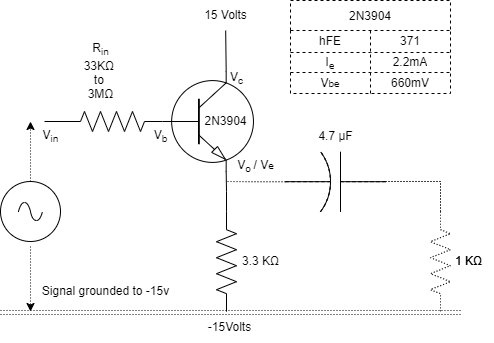
Before: Lab04-EmitterFollower/EmitterFollower.drawio.png, a diagram exported from draw.io (k3jdr/MyLabsData). Source tidied: cells renumbered, new cells last; positions are measured from the earlier drawing's top-left corner, leaving out a move shared by most shapes.
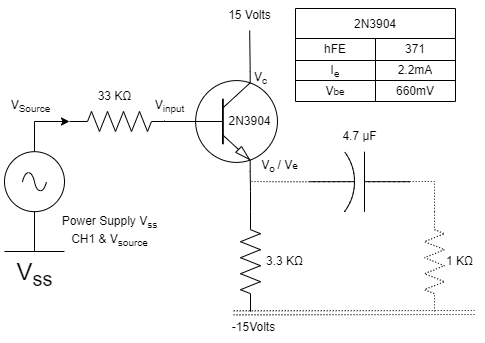
The same file after the commit.

Change to the diagram source:
```diff
@@ -6,7 +6,7 @@
       <mxGeometry x="160" y="71" width="95" height="100" as="geometry" />
     </mxCell>
     <mxCell id="3" style="verticalLabelPosition=bottom;shadow=0;dashed=0;align=center;html=1;verticalAlign=top;shape=mxgraph.electrical.resistors.resistor_2;" parent="1" vertex="1">
-      <mxGeometry x="62" y="111" width="100" height="20" as="geometry" />
+      <mxGeometry x="45" y="111" width="100" height="20" as="geometry" />
     </mxCell>
     <mxCell id="4" style="edgeStyle=orthogonalEdgeStyle;rounded=0;jettySize=auto;html=1;endArrow=none;endFill=0;entryX=0.7;entryY=1;entryDx=0;entryDy=0;entryPerimeter=0;" parent="1" edge="1" source="5" target="2">
       <mxGeometry relative="1" as="geometry" />
@@ -14,12 +14,6 @@
     <mxCell id="5" style="verticalLabelPosition=bottom;shadow=0;dashed=0;align=center;html=1;verticalAlign=top;shape=mxgraph.electrical.resistors.resistor_2;direction=south;" parent="1" vertex="1">
       <mxGeometry x="216" y="211.2" width="20" height="100" as="geometry" />
     </mxCell>
-    <mxCell id="6" style="edgeStyle=orthogonalEdgeStyle;rounded=0;orthogonalLoop=1;jettySize=auto;html=1;endArrow=none;endFill=0;" parent="1" edge="1">
-      <mxGeometry relative="1" as="geometry">
-        <mxPoint x="44" y="121" as="sourcePoint" />
-        <mxPoint x="64" y="121" as="targetPoint" />
-      </mxGeometry>
-    </mxCell>
     <mxCell id="7" value="3.3 KΩ" style="text;html=1;align=center;verticalAlign=middle;strokeColor=none;fillColor=none;" parent="1" vertex="1">
       <mxGeometry x="230" y="246.2" width="60" height="30" as="geometry" />
     </mxCell>
@@ -29,9 +23,15 @@
     <mxCell id="9" value="15 Volts" style="text;html=1;align=center;verticalAlign=middle;points=[];strokeColor=none;fillColor=none;" parent="1" vertex="1">
       <mxGeometry x="190" width="70" height="30" as="geometry" />
     </mxCell>
-    <mxCell id="10" value="R&lt;sub&gt;in&lt;/sub&gt;&lt;br&gt;33KΩ&amp;nbsp;&lt;br&gt;to&amp;nbsp;&lt;br&gt;3MΩ" style="text;html=1;align=center;verticalAlign=middle;strokeColor=none;fillColor=none;" parent="1" vertex="1">
-      <mxGeometry x="70" y="36" width="60" height="70" as="geometry" />
+    <mxCell id="10" value="33 KΩ" style="text;html=1;align=center;verticalAlign=middle;strokeColor=none;fillColor=none;" parent="1" vertex="1">
+      <mxGeometry x="60" y="81" width="60" height="30" as="geometry" />
     </mxCell>
+    <mxCell id="41" style="edgeStyle=orthogonalEdgeStyle;rounded=0;orthogonalLoop=1;jettySize=auto;html=1;endArrow=none;endFill=0;" parent="1" edge="1">
+      <mxGeometry relative="1" as="geometry">
+        <mxPoint x="168" y="121" as="sourcePoint" />
+        <mxPoint x="140" y="120" as="targetPoint" />
+      </mxGeometry>
+    </mxCell>
     <mxCell id="11" value="2N3904" style="text;html=1;align=center;verticalAlign=middle;strokeColor=none;fillColor=none;" parent="1" vertex="1">
       <mxGeometry x="190" y="106" width="70" height="30" as="geometry" />
     </mxCell>
@@ -46,59 +46,39 @@
     <mxCell id="14" value="4.7 µF" style="text;html=1;align=center;verticalAlign=middle;strokeColor=none;fillColor=none;dashed=1;dashPattern=1 2;" parent="1" vertex="1">
       <mxGeometry x="305" y="121.2" width="60" height="30" as="geometry" />
     </mxCell>
-    <mxCell id="15" style="edgeStyle=orthogonalEdgeStyle;rounded=0;jettySize=auto;html=1;endArrow=none;endFill=0;dashed=1;dashPattern=1 2;" parent="1" edge="1" target="13">
-      <mxGeometry relative="1" as="geometry">
-        <mxPoint x="440" y="211" as="sourcePoint" />
-        <Array as="points">
-          <mxPoint x="440" y="181" />
-        </Array>
-      </mxGeometry>
-    </mxCell>
     <mxCell id="16" style="verticalLabelPosition=bottom;shadow=0;dashed=1;align=center;html=1;verticalAlign=top;shape=mxgraph.electrical.resistors.resistor_2;direction=south;dashPattern=1 2;" parent="1" vertex="1">
-      <mxGeometry x="430" y="211.2" width="20" height="100" as="geometry" />
+      <mxGeometry x="400" y="211.2" width="20" height="100" as="geometry" />
     </mxCell>
-    <mxCell id="17" value="1 KΩ" style="text;html=1;align=center;verticalAlign=middle;strokeColor=none;fillColor=none;" parent="1" vertex="1">
-      <mxGeometry x="443" y="246.2" width="50" height="30" as="geometry" />
-    </mxCell>
     <mxCell id="18" style="endArrow=none;html=1;rounded=0;exitX=0.7;exitY=0;exitDx=0;exitDy=0;exitPerimeter=0;" parent="1" edge="1" source="2" target="9">
       <mxGeometry relative="1" as="geometry" />
     </mxCell>
-    <mxCell id="19" style="verticalLabelPosition=bottom;shadow=0;dashed=1;align=center;html=1;verticalAlign=top;shape=mxgraph.electrical.capacitors.capacitor_2;direction=west;strokeWidth=1;" parent="1" vertex="1">
+    <mxCell id="19" style="verticalLabelPosition=bottom;shadow=0;dashed=1;align=center;html=1;verticalAlign=top;shape=mxgraph.electrical.capacitors.capacitor_2;direction=west;strokeWidth=1;dashPattern=1 4;" parent="1" vertex="1">
       <mxGeometry x="285" y="151.2" width="100" height="60" as="geometry" />
     </mxCell>
     <mxCell id="20" value="1 KΩ" style="text;html=1;align=center;verticalAlign=middle;strokeColor=none;fillColor=none;dashed=1;dashPattern=1 2;" parent="1" vertex="1">
-      <mxGeometry x="443" y="246.2" width="50" height="30" as="geometry" />
+      <mxGeometry x="410" y="246.2" width="50" height="30" as="geometry" />
     </mxCell>
-    <mxCell id="21" style="edgeStyle=orthogonalEdgeStyle;rounded=0;jettySize=auto;html=1;endArrow=none;endFill=0;dashed=1;dashPattern=1 2;" parent="1" edge="1" target="19">
+    <mxCell id="21" style="edgeStyle=orthogonalEdgeStyle;rounded=0;jettySize=auto;html=1;endArrow=none;endFill=0;dashed=1;dashPattern=1 2;exitX=0;exitY=0.5;exitDx=0;exitDy=0;exitPerimeter=0;" parent="1" edge="1" source="16" target="19">
       <mxGeometry relative="1" as="geometry">
-        <mxPoint x="440" y="211" as="sourcePoint" />
         <Array as="points">
-          <mxPoint x="440" y="181" />
+          <mxPoint x="410" y="181" />
         </Array>
       </mxGeometry>
     </mxCell>
+    <mxCell id="42" style="edgeStyle=orthogonalEdgeStyle;rounded=0;jettySize=auto;html=1;entryX=0;entryY=0.5;entryDx=0;entryDy=0;entryPerimeter=0;exitX=0.5;exitY=0;exitDx=0;exitDy=0;exitPerimeter=0;" parent="1" edge="1" source="22" target="3">
+      <mxGeometry relative="1" as="geometry" />
+    </mxCell>
     <mxCell id="22" style="verticalLabelPosition=bottom;shadow=0;dashed=0;align=center;html=1;verticalAlign=top;shape=mxgraph.electrical.signal_sources.source;points=[[0.5,0,0],[1,0.5,0],[0.5,1,0],[0,0.5,0]];elSignalType=ac;strokeWidth=1;" parent="1" vertex="1">
-      <mxGeometry y="181" width="60" height="60" as="geometry" />
+      <mxGeometry x="-20" y="151.2" width="60" height="60" as="geometry" />
     </mxCell>
-    <mxCell id="23" style="endArrow=classic;html=1;rounded=0;dashed=1;dashPattern=1 2;exitX=0.5;exitY=0;exitDx=0;exitDy=0;exitPerimeter=0;" parent="1" edge="1" source="22">
-      <mxGeometry relative="1" as="geometry">
-        <mxPoint x="30" y="121" as="targetPoint" />
-      </mxGeometry>
-    </mxCell>
-    <mxCell id="24" style="endArrow=classic;html=1;rounded=0;dashed=1;dashPattern=1 2;" parent="1" edge="1">
-      <mxGeometry relative="1" as="geometry">
-        <mxPoint x="30" y="246" as="sourcePoint" />
-        <mxPoint x="30" y="311" as="targetPoint" />
-      </mxGeometry>
-    </mxCell>
-    <mxCell id="25" style="shape=link;html=1;rounded=0;dashed=1;dashPattern=1 2;endArrow=none;endFill=0;" parent="1" edge="1">
+    <mxCell id="25" style="shape=link;html=1;rounded=0;dashed=1;dashPattern=1 2;endArrow=none;endFill=0;exitX=0.36;exitY=0.01;exitDx=0;exitDy=0;exitPerimeter=0;" parent="1" edge="1">
       <mxGeometry relative="1" as="geometry">
-        <mxPoint y="312" as="sourcePoint" />
-        <mxPoint x="460" y="312" as="targetPoint" />
+        <mxPoint x="209.2" y="312.3" as="sourcePoint" />
+        <mxPoint x="450" y="312" as="targetPoint" />
       </mxGeometry>
     </mxCell>
-    <mxCell id="26" value="2N3904" style="shape=table;startSize=30;dashed=1;strokeWidth=1;" parent="1" vertex="1">
-      <mxGeometry x="290" width="160" height="93" as="geometry" />
+    <mxCell id="26" value="2N3904" style="shape=table;startSize=30;strokeWidth=1;" parent="1" vertex="1">
+      <mxGeometry x="271" y="8" width="160" height="93" as="geometry" />
     </mxCell>
     <mxCell id="27" style="shape=tableRow;horizontal=0;startSize=0;swimlaneHead=0;swimlaneBody=0;strokeColor=inherit;top=0;left=0;bottom=0;right=0;fillColor=none;dashed=1;strokeWidth=1;" parent="26" vertex="1">
       <mxGeometry y="30" width="160" height="22" as="geometry" />
@@ -133,14 +113,17 @@
     <mxCell id="37" value="V&lt;sub&gt;c&lt;/sub&gt;" style="text;html=1;align=center;verticalAlign=middle;strokeColor=none;fillColor=none;" parent="1" vertex="1">
       <mxGeometry x="216" y="63" width="40" height="30" as="geometry" />
     </mxCell>
-    <mxCell id="38" value="V&lt;sub&gt;b&lt;/sub&gt;" style="text;html=1;align=center;verticalAlign=middle;strokeColor=none;fillColor=none;" parent="1" vertex="1">
-      <mxGeometry x="140" y="121.2" width="40" height="30" as="geometry" />
+    <mxCell id="38" value="V&lt;sub&gt;input&lt;/sub&gt;" style="text;html=1;align=center;verticalAlign=middle;strokeColor=none;fillColor=none;" parent="1" vertex="1">
+      <mxGeometry x="120" y="91.2" width="50" height="30" as="geometry" />
     </mxCell>
-    <mxCell id="39" value="V&lt;sub&gt;in&lt;/sub&gt;" style="text;html=1;align=center;verticalAlign=middle;strokeColor=none;fillColor=none;" parent="1" vertex="1">
-      <mxGeometry x="30" y="121.2" width="40" height="30" as="geometry" />
+    <mxCell id="39" value="V&lt;sub&gt;Source&lt;/sub&gt;" style="text;html=1;align=center;verticalAlign=middle;strokeColor=none;fillColor=none;" parent="1" vertex="1">
+      <mxGeometry x="-24" y="91.2" width="60" height="30" as="geometry" />
     </mxCell>
-    <mxCell id="40" value="Signal grounded to -15v" style="text;html=1;align=center;verticalAlign=middle;strokeColor=none;fillColor=none;" parent="1" vertex="1">
-      <mxGeometry x="30" y="276.2" width="150" height="30" as="geometry" />
+    <mxCell id="40" value="Power Supply V&lt;sub&gt;ss&lt;/sub&gt;&lt;br&gt;CH1 &amp;amp; V&lt;sub&gt;source&lt;/sub&gt;" style="text;html=1;align=center;verticalAlign=middle;strokeColor=none;fillColor=none;" parent="1" vertex="1">
+      <mxGeometry x="25" y="206" width="120" height="50" as="geometry" />
     </mxCell>
+    <mxCell id="43" value="V&lt;sub&gt;ss&lt;/sub&gt;" style="verticalLabelPosition=bottom;shadow=0;dashed=0;align=center;html=1;verticalAlign=top;shape=mxgraph.electrical.signal_sources.vss2;fontSize=24;flipV=1;" parent="1" vertex="1">
+      <mxGeometry x="-20" y="211" width="60" height="40" as="geometry" />
+    </mxCell>
   </root>
 </mxGraphModel>
```
